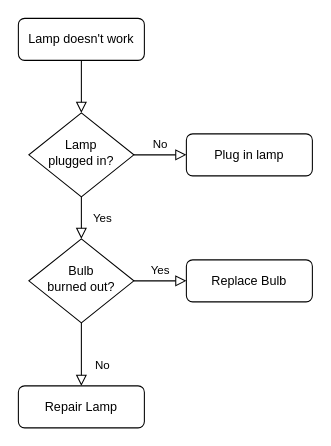
This is Diagramma senza titolo.drawio from IrynaMe/Biblioteka, a draw.io file, before an edit. Source tidied: cells renumbered, new cells numbered last; positions are measured from the earlier drawing's top-left corner, leaving out a move shared by most shapes. Both pictures are drawn from the tidied source at 105%, with x=0, y=0 at pixel (18, 18).
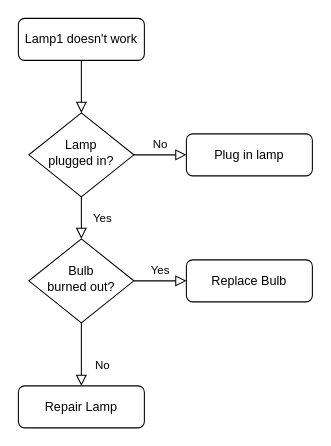
After the change.

What changed in the source:
```diff
@@
 <mxGraphModel>
   <root>
     <mxCell id="0" />
     <mxCell id="1" parent="0" />
     <mxCell id="2" style="rounded=0;html=1;jettySize=auto;fontSize=11;endArrow=block;endFill=0;endSize=8;strokeWidth=1;shadow=0;labelBackgroundColor=none;edgeStyle=orthogonalEdgeStyle;" parent="1" edge="1" source="3" target="6">
       <mxGeometry relative="1" as="geometry" />
     </mxCell>
-    <mxCell id="3" value="Lamp doesn't work" style="rounded=1;whiteSpace=wrap;html=1;fontSize=12;glass=0;strokeWidth=1;shadow=0;" parent="1" vertex="1">
+    <mxCell id="3" value="Lamp1 doesn't work" style="rounded=1;whiteSpace=wrap;html=1;fontSize=12;glass=0;strokeWidth=1;shadow=0;" parent="1" vertex="1">
       <mxGeometry width="120" height="40" as="geometry" />
     </mxCell>
     <mxCell id="4" value="Yes" style="rounded=0;html=1;jettySize=auto;fontSize=11;endArrow=block;endFill=0;endSize=8;strokeWidth=1;shadow=0;labelBackgroundColor=none;edgeStyle=orthogonalEdgeStyle;" parent="1" edge="1" source="6" target="10">
       <mxGeometry y="20" relative="1" as="geometry" />
     </mxCell>
     <mxCell id="5" value="No" style="edgeStyle=orthogonalEdgeStyle;rounded=0;html=1;jettySize=auto;fontSize=11;endArrow=block;endFill=0;endSize=8;strokeWidth=1;shadow=0;labelBackgroundColor=none;" parent="1" edge="1" source="6" target="7">
       <mxGeometry y="10" relative="1" as="geometry" />
     </mxCell>
     <mxCell id="6" value="Lamp&lt;br&gt;plugged in?" style="rhombus;whiteSpace=wrap;html=1;shadow=0;fontFamily=Helvetica;fontSize=12;align=center;strokeWidth=1;spacing=6;spacingTop=-4;" parent="1" vertex="1">
       <mxGeometry x="10" y="90" width="100" height="80" as="geometry" />
     </mxCell>
     <mxCell id="7" value="Plug in lamp" style="rounded=1;whiteSpace=wrap;html=1;fontSize=12;glass=0;strokeWidth=1;shadow=0;" parent="1" vertex="1">
       <mxGeometry x="160" y="110" width="120" height="40" as="geometry" />
     </mxCell>
     <mxCell id="8" value="No" style="rounded=0;html=1;jettySize=auto;fontSize=11;endArrow=block;endFill=0;endSize=8;strokeWidth=1;shadow=0;labelBackgroundColor=none;edgeStyle=orthogonalEdgeStyle;" parent="1" edge="1" source="10" target="11">
       <mxGeometry x="0.33" y="20" relative="1" as="geometry" />
     </mxCell>
     <mxCell id="9" value="Yes" style="edgeStyle=orthogonalEdgeStyle;rounded=0;html=1;jettySize=auto;fontSize=11;endArrow=block;endFill=0;endSize=8;strokeWidth=1;shadow=0;labelBackgroundColor=none;" parent="1" edge="1" source="10" target="12">
       <mxGeometry y="10" relative="1" as="geometry" />
     </mxCell>
     <mxCell id="10" value="Bulb&lt;br&gt;burned out?" style="rhombus;whiteSpace=wrap;html=1;shadow=0;fontFamily=Helvetica;fontSize=12;align=center;strokeWidth=1;spacing=6;spacingTop=-4;" parent="1" vertex="1">
       <mxGeometry x="10" y="210" width="100" height="80" as="geometry" />
     </mxCell>
     <mxCell id="11" value="Repair Lamp" style="rounded=1;whiteSpace=wrap;html=1;fontSize=12;glass=0;strokeWidth=1;shadow=0;" parent="1" vertex="1">
       <mxGeometry y="350" width="120" height="40" as="geometry" />
     </mxCell>
     <mxCell id="12" value="Replace Bulb" style="rounded=1;whiteSpace=wrap;html=1;fontSize=12;glass=0;strokeWidth=1;shadow=0;" parent="1" vertex="1">
       <mxGeometry x="160" y="230" width="120" height="40" as="geometry" />
     </mxCell>
   </root>
 </mxGraphModel>
```
